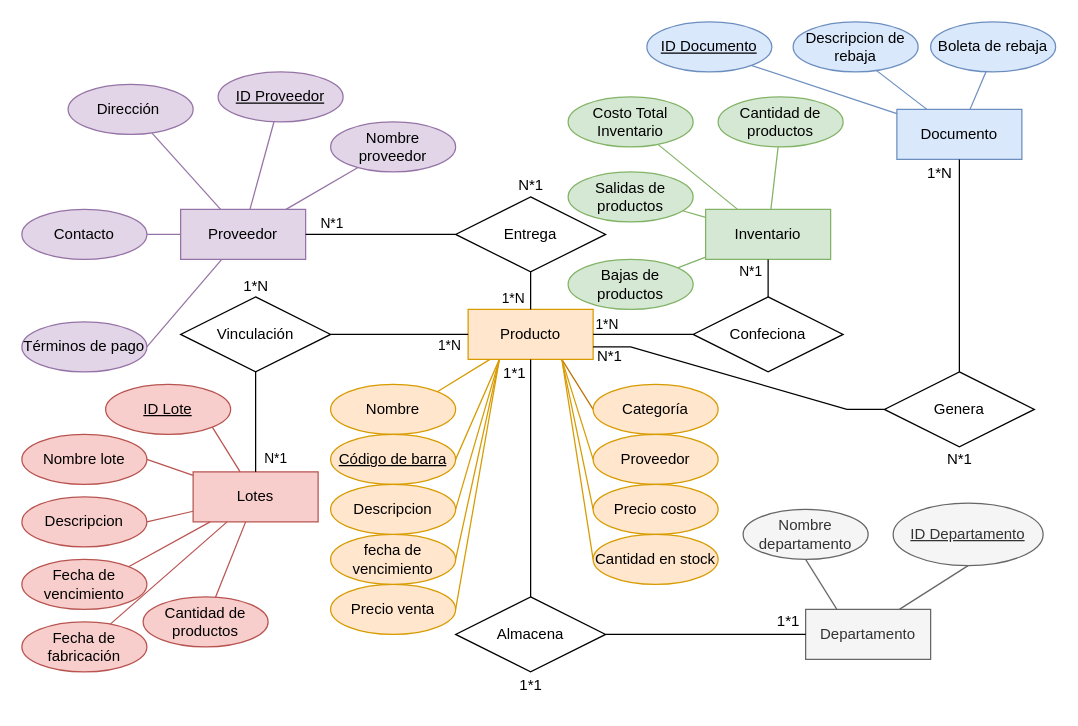
JotaMont/Evaluacion-2-Front-End keeps this draw.io diagram as Diagrama sin título.drawio. Above is the earlier version. Source tidied: cells renumbered, new cells numbered last; positions are measured from the earlier drawing's top-left corner, leaving out a move shared by most shapes. Both pictures are drawn from the tidied source at 125%, with x=0, y=0 at pixel (21, 21).
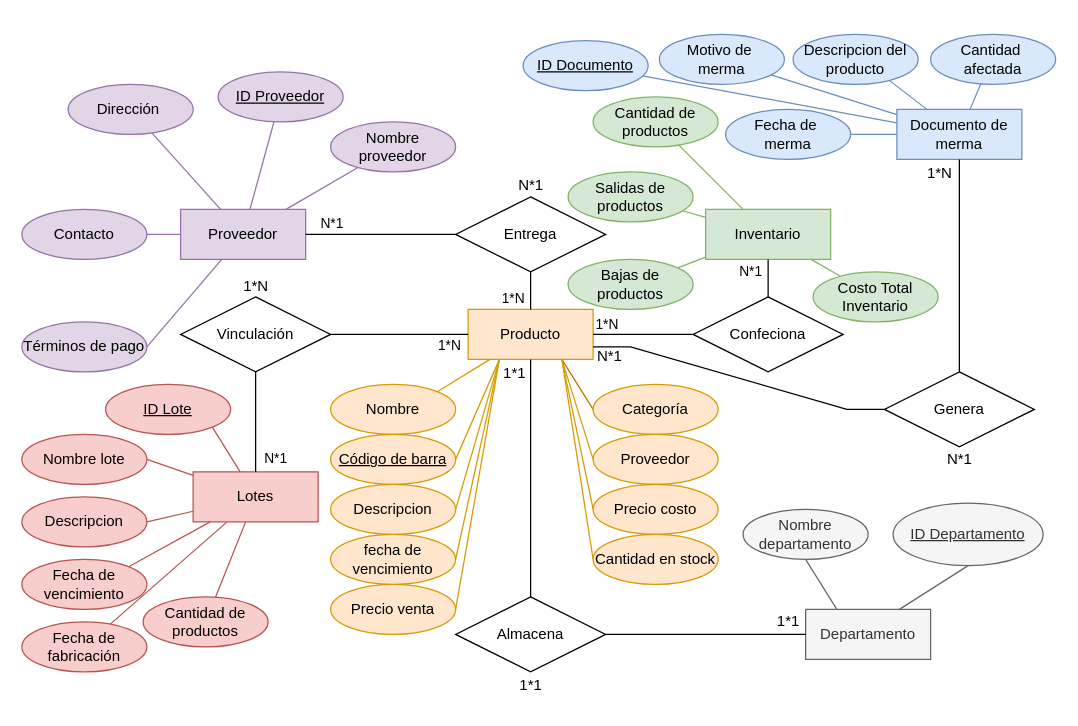
Above is the later version.

What changed in the source:
```diff
@@
     <mxCell id="56" value="Costo Total Inventario" style="ellipse;whiteSpace=wrap;html=1;align=center;fillColor=#d5e8d4;strokeColor=#82b366;" parent="1" vertex="1">
-      <mxGeometry x="437" y="60" width="100" height="40" as="geometry" />
+      <mxGeometry x="633" y="200" width="100" height="40" as="geometry" />
     </mxCell>
@@
     <mxCell id="58" value="Cantidad de productos" style="ellipse;whiteSpace=wrap;html=1;align=center;fillColor=#d5e8d4;strokeColor=#82b366;" parent="1" vertex="1">
-      <mxGeometry x="557" y="60" width="100" height="40" as="geometry" />
+      <mxGeometry x="457" y="60" width="100" height="40" as="geometry" />
     </mxCell>
@@
+    <mxCell id="96" style="rounded=0;jettySize=auto;html=1;endArrow=none;endFill=0;fillColor=#dae8fc;strokeColor=#6c8ebf;" parent="1" edge="1" source="79" target="98">
+      <mxGeometry relative="1" as="geometry" />
+    </mxCell>
+    <mxCell id="97" style="rounded=0;jettySize=auto;html=1;fillColor=#dae8fc;strokeColor=#6c8ebf;endArrow=none;endFill=0;" parent="1" edge="1" source="79" target="99">
+      <mxGeometry relative="1" as="geometry" />
+    </mxCell>
-    <mxCell id="79" value="Documento" style="whiteSpace=wrap;html=1;align=center;fillColor=#dae8fc;strokeColor=#6c8ebf;" parent="1" vertex="1">
+    <mxCell id="79" value="Documento de merma" style="whiteSpace=wrap;html=1;align=center;fillColor=#dae8fc;strokeColor=#6c8ebf;" parent="1" vertex="1">
       <mxGeometry x="700" y="70" width="100" height="40" as="geometry" />
     </mxCell>
-    <mxCell id="80" value="Boleta de rebaja" style="ellipse;whiteSpace=wrap;html=1;align=center;fillColor=#dae8fc;strokeColor=#6c8ebf;" parent="1" vertex="1">
-      <mxGeometry x="727" width="100" height="40" as="geometry" />
+    <mxCell id="80" value="Cantidad&amp;nbsp;&lt;div&gt;afectada&lt;/div&gt;" style="ellipse;whiteSpace=wrap;html=1;align=center;fillColor=#dae8fc;strokeColor=#6c8ebf;" parent="1" vertex="1">
+      <mxGeometry x="727" y="10" width="100" height="40" as="geometry" />
     </mxCell>
-    <mxCell id="81" style="rounded=0;jettySize=auto;html=1;fillColor=#dae8fc;strokeColor=#6c8ebf;endArrow=none;endFill=0;" parent="1" edge="1" target="79">
-      <mxGeometry relative="1" as="geometry">
-        <mxPoint x="576.2" y="32.4" as="sourcePoint" />
-      </mxGeometry>
+    <mxCell id="81" style="rounded=0;jettySize=auto;html=1;fillColor=#dae8fc;strokeColor=#6c8ebf;endArrow=none;endFill=0;" parent="1" edge="1" source="82" target="79">
+      <mxGeometry relative="1" as="geometry" />
     </mxCell>
     <mxCell id="82" value="&lt;u&gt;ID Documento&lt;/u&gt;" style="ellipse;whiteSpace=wrap;html=1;align=center;fillColor=#dae8fc;strokeColor=#6c8ebf;" parent="1" vertex="1">
-      <mxGeometry x="500" width="100" height="40" as="geometry" />
+      <mxGeometry x="401" y="15" width="100" height="40" as="geometry" />
     </mxCell>
@@
-    <mxCell id="84" value="Descripcion de rebaja" style="ellipse;whiteSpace=wrap;html=1;align=center;fillColor=#dae8fc;strokeColor=#6c8ebf;" parent="1" vertex="1">
-      <mxGeometry x="617" width="100" height="40" as="geometry" />
+    <mxCell id="84" value="Descripcion del producto" style="ellipse;whiteSpace=wrap;html=1;align=center;fillColor=#dae8fc;strokeColor=#6c8ebf;" parent="1" vertex="1">
+      <mxGeometry x="617" y="10" width="100" height="40" as="geometry" />
     </mxCell>
@@
+    <mxCell id="98" value="Motivo de&amp;nbsp;&lt;div&gt;merma&lt;/div&gt;" style="ellipse;whiteSpace=wrap;html=1;align=center;fillColor=#dae8fc;strokeColor=#6c8ebf;" parent="1" vertex="1">
+      <mxGeometry x="510" y="10" width="100" height="40" as="geometry" />
+    </mxCell>
+    <mxCell id="99" value="Fecha de&amp;nbsp;&lt;div&gt;merma&lt;/div&gt;" style="ellipse;whiteSpace=wrap;html=1;align=center;fillColor=#dae8fc;strokeColor=#6c8ebf;" parent="1" vertex="1">
+      <mxGeometry x="563" y="70" width="100" height="40" as="geometry" />
+    </mxCell>
```
